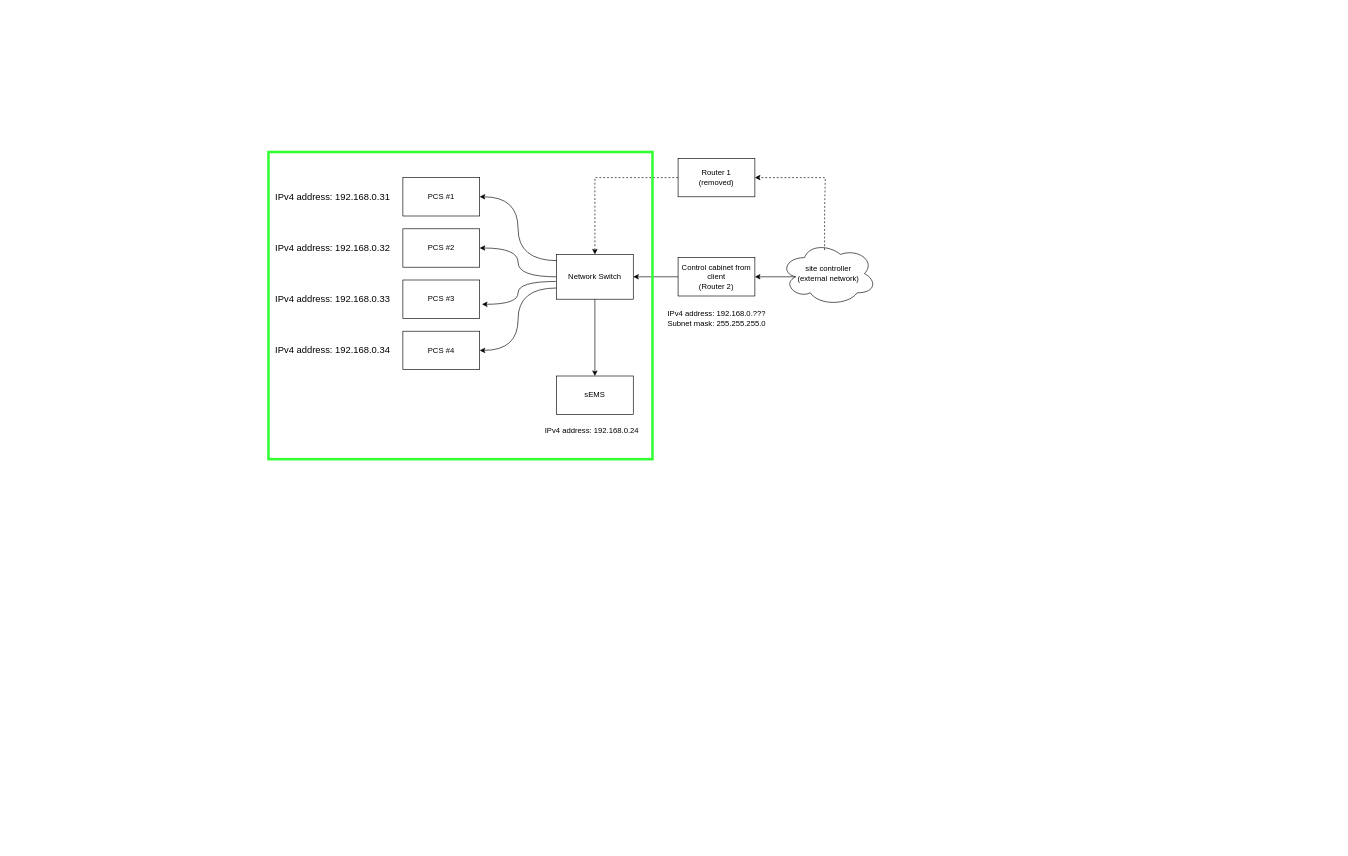
Before: holidayinn_jobsite_network.drawio in joshmeiyb/draw.io, a draw.io diagram. Source tidied: cells renumbered, new cells numbered last; positions are measured from the earlier drawing's top-left corner, leaving out a move shared by most shapes. Both pictures are drawn from the tidied source at 64%, with x=0, y=0 at pixel (268, 152).
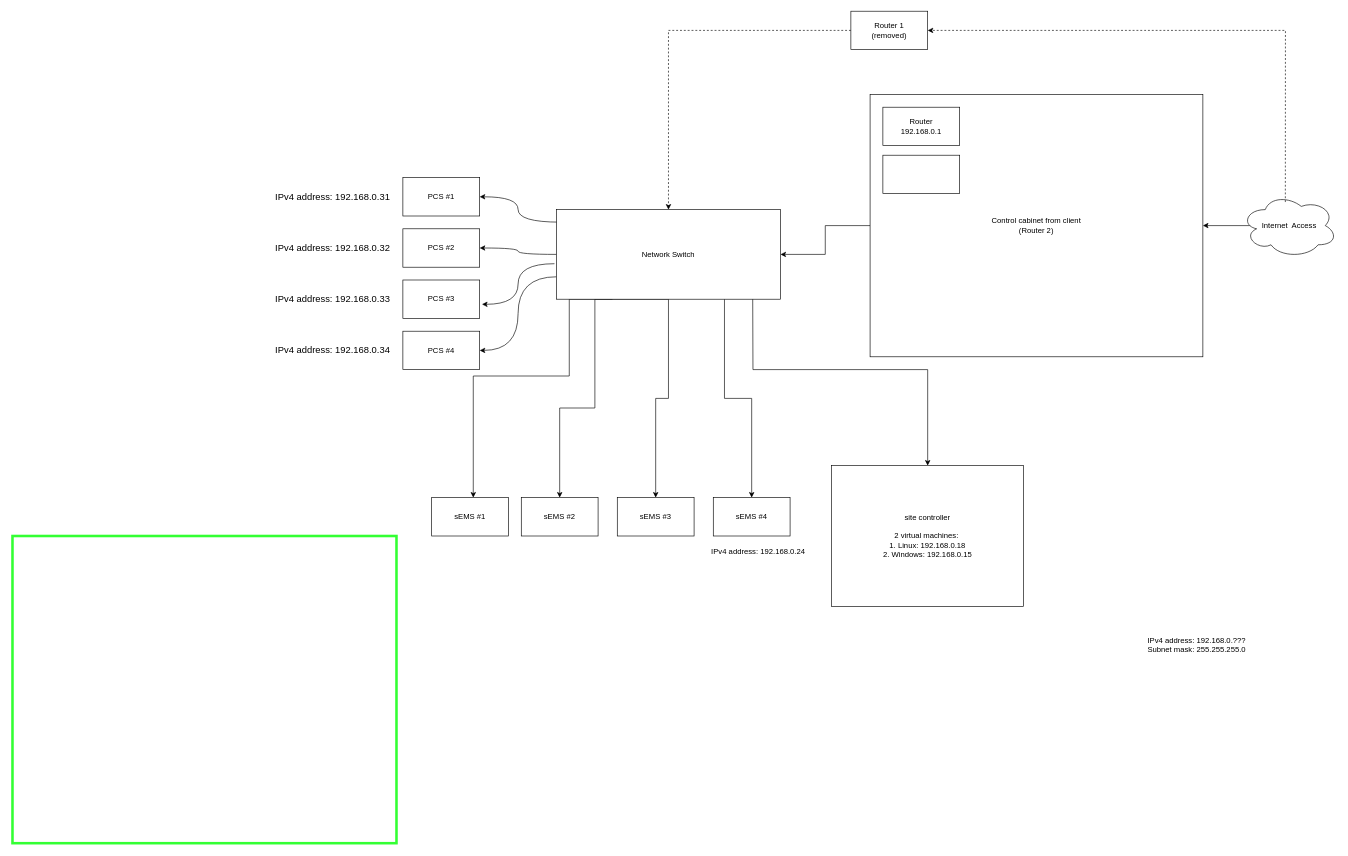
The same page after the edit.

What changed in the source:
```diff
@@
-    <mxCell id="2" style="edgeStyle=orthogonalEdgeStyle;rounded=0;jettySize=auto;html=1;exitX=0.16;exitY=0.55;exitDx=0;exitDy=0;exitPerimeter=0;" parent="1" edge="1" source="3">
-      <mxGeometry relative="1" as="geometry">
-        <mxPoint x="760" y="195" as="targetPoint" />
-      </mxGeometry>
-    </mxCell>
+    <mxCell id="27" style="edgeStyle=orthogonalEdgeStyle;rounded=0;jettySize=auto;html=1;exitX=0.096;exitY=0.5;exitDx=0;exitDy=0;exitPerimeter=0;" parent="1" edge="1" source="3" target="25">
+      <mxGeometry relative="1" as="geometry" />
+    </mxCell>
-    <mxCell id="3" value="site controller&lt;div&gt;(external network)&lt;/div&gt;" style="ellipse;shape=cloud;whiteSpace=wrap;html=1;" parent="1" vertex="1">
-      <mxGeometry x="800" y="140" width="150" height="100" as="geometry" />
+    <mxCell id="3" value="&lt;div&gt;Internet&amp;nbsp; Access&lt;/div&gt;" style="ellipse;shape=cloud;whiteSpace=wrap;html=1;" parent="1" vertex="1">
+      <mxGeometry x="1520" y="65" width="150" height="100" as="geometry" />
     </mxCell>
@@
     <mxCell id="5" value="Router 1&lt;div&gt;(removed)&lt;/div&gt;" style="rounded=0;whiteSpace=wrap;html=1;" parent="1" vertex="1">
-      <mxGeometry x="640" y="10" width="120" height="60" as="geometry" />
+      <mxGeometry x="910" y="-220" width="120" height="60" as="geometry" />
     </mxCell>
     <mxCell id="6" style="endArrow=classic;html=1;rounded=0;entryX=1;entryY=0.5;entryDx=0;entryDy=0;exitX=0.459;exitY=0.132;exitDx=0;exitDy=0;exitPerimeter=0;dashed=1;" parent="1" edge="1" source="3" target="5">
       <mxGeometry relative="1" as="geometry">
         <Array as="points">
-          <mxPoint x="869" y="90" />
-          <mxPoint x="870" y="40" />
-          <mxPoint x="830" y="40" />
-          <mxPoint x="770" y="40" />
+          <mxPoint x="1589" y="-190" />
+          <mxPoint x="1369" y="-190" />
+          <mxPoint x="1100" y="-190" />
+          <mxPoint x="1060" y="-190" />
         </Array>
       </mxGeometry>
     </mxCell>
@@
+    <mxCell id="28" style="edgeStyle=orthogonalEdgeStyle;rounded=0;jettySize=auto;html=1;exitX=0.5;exitY=1;exitDx=0;exitDy=0;entryX=0.5;entryY=0;entryDx=0;entryDy=0;" parent="1" edge="1" source="11" target="32">
+      <mxGeometry relative="1" as="geometry">
+        <Array as="points">
+          <mxPoint x="510" y="400" />
+          <mxPoint x="455" y="400" />
+        </Array>
+      </mxGeometry>
+    </mxCell>
+    <mxCell id="29" style="edgeStyle=orthogonalEdgeStyle;rounded=0;jettySize=auto;html=1;exitX=0.25;exitY=1;exitDx=0;exitDy=0;" parent="1" edge="1" source="11" target="33">
+      <mxGeometry relative="1" as="geometry">
+        <Array as="points">
+          <mxPoint x="470" y="230" />
+          <mxPoint x="470" y="350" />
+          <mxPoint x="320" y="350" />
+        </Array>
+      </mxGeometry>
+    </mxCell>
+    <mxCell id="30" style="edgeStyle=orthogonalEdgeStyle;rounded=0;jettySize=auto;html=1;exitX=0.5;exitY=1;exitDx=0;exitDy=0;entryX=0.5;entryY=0;entryDx=0;entryDy=0;" parent="1" edge="1" source="11" target="31">
+      <mxGeometry relative="1" as="geometry" />
+    </mxCell>
-    <mxCell id="10" style="edgeStyle=orthogonalEdgeStyle;rounded=0;jettySize=auto;html=1;entryX=0.5;entryY=0;entryDx=0;entryDy=0;" parent="1" edge="1" source="11" target="22">
+    <mxCell id="10" style="edgeStyle=orthogonalEdgeStyle;rounded=0;jettySize=auto;html=1;exitX=0.75;exitY=1;exitDx=0;exitDy=0;entryX=0.5;entryY=0;entryDx=0;entryDy=0;" parent="1" edge="1" source="11" target="22">
       <mxGeometry relative="1" as="geometry" />
     </mxCell>
     <mxCell id="11" value="Network Switch" style="rounded=0;whiteSpace=wrap;html=1;" parent="1" vertex="1">
-      <mxGeometry x="450" y="160" width="120" height="70" as="geometry" />
+      <mxGeometry x="450" y="90" width="350" height="140" as="geometry" />
     </mxCell>
@@
     <mxCell id="17" value="IPv4 address: 192.168.0.???&lt;div&gt;Subnet mask: 255.255.255.0&lt;/div&gt;" style="text;html=1;align=center;verticalAlign=middle;strokeColor=none;fillColor=none;" parent="1" vertex="1">
-      <mxGeometry x="610" y="240" width="180" height="40" as="geometry" />
+      <mxGeometry x="1360" y="750" width="180" height="40" as="geometry" />
     </mxCell>
@@
-    <mxCell id="22" value="sEMS" style="whiteSpace=wrap;html=1;" parent="1" vertex="1">
-      <mxGeometry x="450" y="350" width="120" height="60" as="geometry" />
+    <mxCell id="22" value="sEMS #4" style="whiteSpace=wrap;html=1;" parent="1" vertex="1">
+      <mxGeometry x="695" y="540" width="120" height="60" as="geometry" />
     </mxCell>
     <mxCell id="23" value="IPv4 address: 192.168.0.24" style="text;html=1;align=center;verticalAlign=middle;strokeColor=none;fillColor=none;" parent="1" vertex="1">
-      <mxGeometry x="420" y="420" width="170" height="30" as="geometry" />
+      <mxGeometry x="680" y="610" width="170" height="30" as="geometry" />
     </mxCell>
@@
     <mxCell id="25" value="Control cabinet from client&lt;div&gt;(Router 2)&lt;/div&gt;" style="rounded=0;whiteSpace=wrap;html=1;" parent="1" vertex="1">
-      <mxGeometry x="640" y="165" width="120" height="60" as="geometry" />
+      <mxGeometry x="940" y="-90" width="520" height="410" as="geometry" />
     </mxCell>
     <mxCell id="26" style="rounded=0;whiteSpace=wrap;html=1;fillColor=none;strokeWidth=4;strokeColor=#33FF33;" parent="1" vertex="1">
-      <mxGeometry width="600" height="480" as="geometry" />
+      <mxGeometry x="-400" y="600" width="600" height="480" as="geometry" />
     </mxCell>
+    <mxCell id="31" value="sEMS #3" style="whiteSpace=wrap;html=1;" parent="1" vertex="1">
+      <mxGeometry x="545" y="540" width="120" height="60" as="geometry" />
+    </mxCell>
+    <mxCell id="32" value="sEMS #2" style="whiteSpace=wrap;html=1;" parent="1" vertex="1">
+      <mxGeometry x="395" y="540" width="120" height="60" as="geometry" />
+    </mxCell>
+    <mxCell id="33" value="sEMS #1" style="whiteSpace=wrap;html=1;" parent="1" vertex="1">
+      <mxGeometry x="255" y="540" width="120" height="60" as="geometry" />
+    </mxCell>
+    <mxCell id="34" value="Router&lt;div&gt;192.168.0.1&lt;/div&gt;" style="rounded=0;whiteSpace=wrap;html=1;" parent="1" vertex="1">
+      <mxGeometry x="960" y="-70" width="120" height="60" as="geometry" />
+    </mxCell>
+    <mxCell id="35" value="site controller&lt;div&gt;&lt;br&gt;&lt;/div&gt;&lt;div&gt;2 virtual machines:&amp;nbsp;&lt;/div&gt;&lt;div&gt;1. Linux: 192.168.0.18&lt;/div&gt;&lt;div&gt;2. Windows: 192.168.0.15&lt;/div&gt;" style="whiteSpace=wrap;html=1;" parent="1" vertex="1">
+      <mxGeometry x="880" y="490" width="300" height="220" as="geometry" />
+    </mxCell>
+    <mxCell id="36" style="edgeStyle=none;jettySize=auto;html=1;rounded=0;entryX=0.5;entryY=0;entryDx=0;entryDy=0;exitX=0.876;exitY=1.001;exitDx=0;exitDy=0;exitPerimeter=0;" parent="1" edge="1" source="11" target="35">
+      <mxGeometry relative="1" as="geometry">
+        <Array as="points">
+          <mxPoint x="757" y="340" />
+          <mxPoint x="1030" y="340" />
+        </Array>
+      </mxGeometry>
+    </mxCell>
+    <mxCell id="37" style="rounded=0;whiteSpace=wrap;html=1;" parent="1" vertex="1">
+      <mxGeometry x="960" y="5" width="120" height="60" as="geometry" />
+    </mxCell>
```
